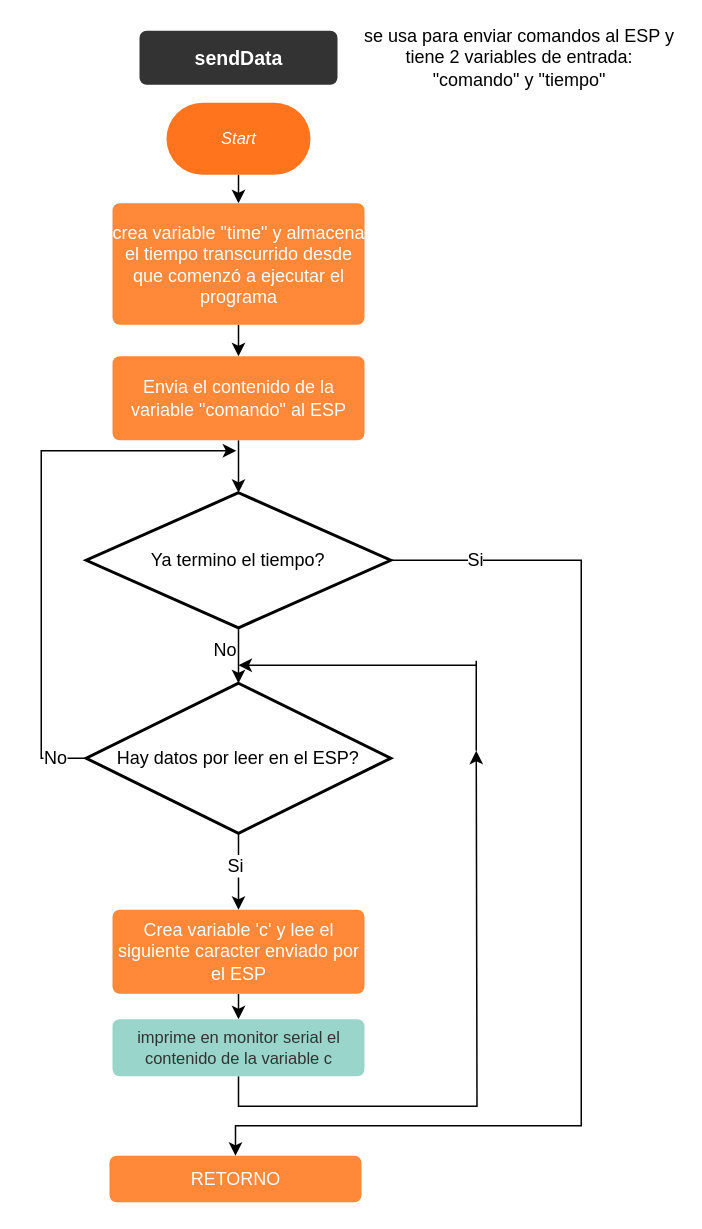
Above: page "Page-2" (2 of 4) of Arduino AT Led - diagrama de flujo.drawio in pardofernando/arduino-at-led (draw.io), before the change. Source tidied: cells renumbered, new cells numbered last; positions are measured from the earlier drawing's top-left corner, leaving out a move shared by most shapes. Both pictures are drawn from the tidied source at 150%, with x=0, y=0 at pixel (26, 30).
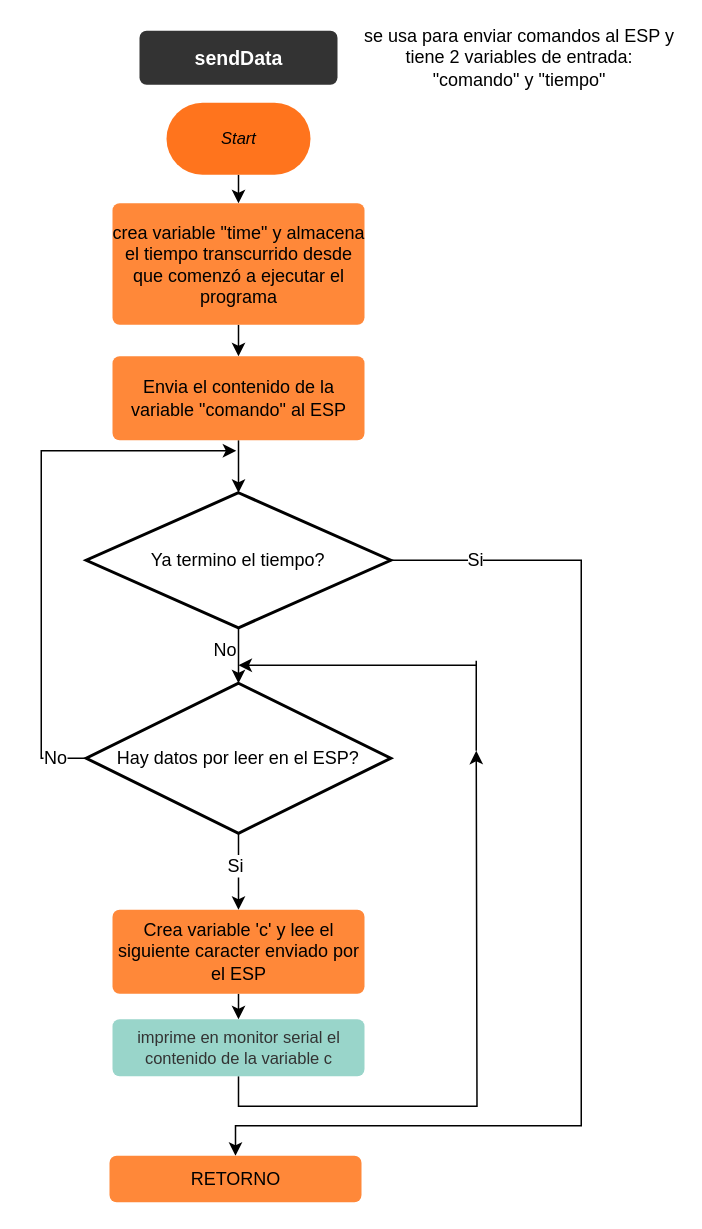
After the change.

Change to the diagram source:
```diff
@@
-    <mxCell id="3" value="Start" style="html=1;whiteSpace=wrap;rounded=1;arcSize=50;fontSize=11;fontColor=#ffffff;fontStyle=2;spacing=3;strokeOpacity=0;fillOpacity=100;fillColor=#ff741d;" parent="1" vertex="1">
+    <mxCell id="3" value="Start" style="html=1;whiteSpace=wrap;rounded=1;arcSize=50;fontSize=11;fontStyle=2;spacing=3;strokeOpacity=0;fillOpacity=100;fillColor=#ff741d;" parent="1" vertex="1">
       <mxGeometry x="93.5" y="48" width="96" height="48" as="geometry" />
     </mxCell>
@@
-    <mxCell id="7" value="&lt;div style=&quot;color: #ffffff ; text-align: center&quot;&gt;crea variable &quot;time&quot; y almacena el tiempo transcurrido desde que comenzó a ejecutar el programa&lt;/div&gt;" style="html=1;whiteSpace=wrap;overflow=width;html=1;spacing=3;strokeColor=none;strokeOpacity=100;fillOpacity=100;rounded=1;absoluteArcSize=1;arcSize=9.6;fillColor=#ff8839;strokeWidth=0;" parent="1" vertex="1">
+    <mxCell id="7" value="&lt;div style=&quot;text-align: center;&quot;&gt;crea variable &quot;time&quot; y almacena el tiempo transcurrido desde que comenzó a ejecutar el programa&lt;/div&gt;" style="html=1;whiteSpace=wrap;overflow=width;html=1;spacing=3;strokeColor=none;strokeOpacity=100;fillOpacity=100;rounded=1;absoluteArcSize=1;arcSize=9.6;fillColor=#ff8839;strokeWidth=0;" parent="1" vertex="1">
       <mxGeometry x="57.5" y="115" width="168" height="81" as="geometry" />
     </mxCell>
@@
-    <mxCell id="9" value="&lt;div style=&quot;color: #ffffff ; text-align: center&quot;&gt;Envia el contenido de la variable &quot;comando&quot; al ESP&lt;/div&gt;" style="html=1;whiteSpace=wrap;overflow=width;html=1;spacing=3;strokeColor=none;strokeOpacity=100;fillOpacity=100;rounded=1;absoluteArcSize=1;arcSize=9.6;fillColor=#ff8839;strokeWidth=0;" parent="1" vertex="1">
+    <mxCell id="9" value="&lt;div style=&quot;text-align: center;&quot;&gt;Envia el contenido de la variable &quot;comando&quot; al ESP&lt;/div&gt;" style="html=1;whiteSpace=wrap;overflow=width;html=1;spacing=3;strokeColor=none;strokeOpacity=100;fillOpacity=100;rounded=1;absoluteArcSize=1;arcSize=9.6;fillColor=#ff8839;strokeWidth=0;" parent="1" vertex="1">
       <mxGeometry x="57.5" y="217" width="168" height="56" as="geometry" />
     </mxCell>
@@
-    <mxCell id="14" value="&lt;div style=&quot;color: #ffffff ; text-align: center&quot;&gt;Crea variable 'c' y lee el siguiente caracter enviado por el ESP&lt;/div&gt;" style="html=1;whiteSpace=wrap;overflow=width;html=1;spacing=3;strokeColor=none;strokeOpacity=100;fillOpacity=100;rounded=1;absoluteArcSize=1;arcSize=9.6;fillColor=#ff8839;strokeWidth=0;" parent="1" vertex="1">
+    <mxCell id="14" value="&lt;div style=&quot;text-align: center;&quot;&gt;Crea variable 'c' y lee el siguiente caracter enviado por el ESP&lt;/div&gt;" style="html=1;whiteSpace=wrap;overflow=width;html=1;spacing=3;strokeColor=none;strokeOpacity=100;fillOpacity=100;rounded=1;absoluteArcSize=1;arcSize=9.6;fillColor=#ff8839;strokeWidth=0;" parent="1" vertex="1">
       <mxGeometry x="57.5" y="586" width="168" height="56" as="geometry" />
     </mxCell>
@@
-    <mxCell id="23" value="&lt;div style=&quot;color: #ffffff ; text-align: center&quot;&gt;RETORNO&lt;/div&gt;" style="html=1;whiteSpace=wrap;overflow=width;html=1;spacing=3;strokeColor=none;strokeOpacity=100;fillOpacity=100;rounded=1;absoluteArcSize=1;arcSize=9.6;fillColor=#ff8839;strokeWidth=0;" parent="1" vertex="1">
+    <mxCell id="23" value="&lt;div style=&quot;text-align: center;&quot;&gt;RETORNO&lt;/div&gt;" style="html=1;whiteSpace=wrap;overflow=width;html=1;spacing=3;strokeColor=none;strokeOpacity=100;fillOpacity=100;rounded=1;absoluteArcSize=1;arcSize=9.6;fillColor=#ff8839;strokeWidth=0;" parent="1" vertex="1">
       <mxGeometry x="55.5" y="750" width="168" height="31" as="geometry" />
     </mxCell>
```
